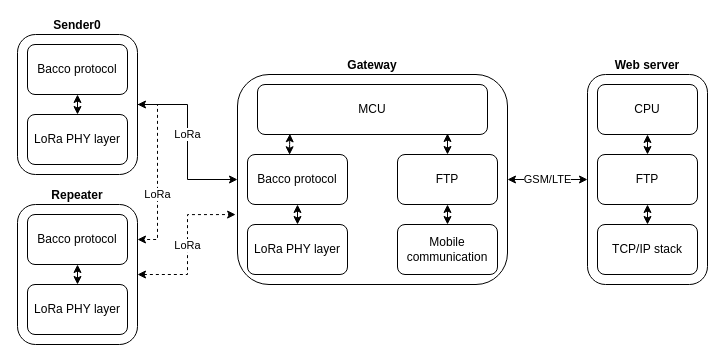
This is uml/network_stack.drawio from giulpig/tesi, a draw.io file, before an edit. Source tidied: cells renumbered, new cells numbered last; positions are measured from the earlier drawing's top-left corner, leaving out a move shared by most shapes. Both pictures are drawn from the tidied source at 100%, with x=0, y=0 at pixel (17, 34).
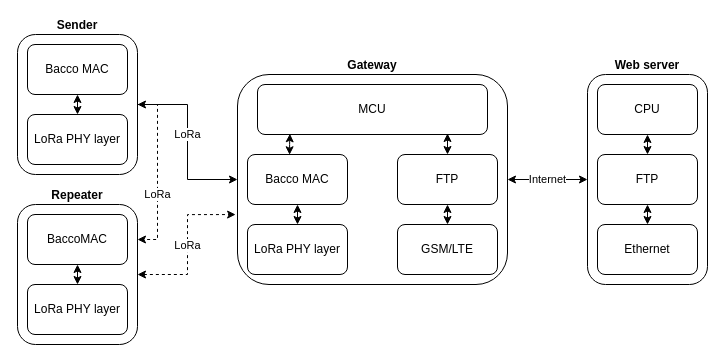
After the change.

The change refers to these unchanged cells:
```xml
<mxCell id="6" value="&lt;div&gt;Gateway&lt;/div&gt;" style="rounded=1;whiteSpace=wrap;html=1;fontStyle=1;labelPosition=center;verticalLabelPosition=top;align=center;verticalAlign=bottom;textDirection=ltr;" parent="1" vertex="1">
  <mxGeometry x="220" y="40" width="270" height="210" as="geometry" />
</mxCell>
<mxCell id="18" value="&lt;div&gt;Web server&lt;/div&gt;" style="rounded=1;whiteSpace=wrap;html=1;fontStyle=1;labelPosition=center;verticalLabelPosition=top;align=center;verticalAlign=bottom;" parent="1" vertex="1">
  <mxGeometry x="570" y="40" width="120" height="210" as="geometry" />
</mxCell>
```

The edit, as a diff of the source:
```diff
@@
-    <mxCell id="5" value="&lt;div&gt;GSM/LTE&lt;/div&gt;" style="edgeStyle=orthogonalEdgeStyle;rounded=0;jettySize=auto;html=1;exitX=1;exitY=0.5;exitDx=0;exitDy=0;entryX=0;entryY=0.5;entryDx=0;entryDy=0;startArrow=classic;startFill=1;" parent="1" edge="1" source="6" target="18">
+    <mxCell id="5" value="&lt;div&gt;Internet&lt;/div&gt;" style="edgeStyle=orthogonalEdgeStyle;rounded=0;jettySize=auto;html=1;exitX=1;exitY=0.5;exitDx=0;exitDy=0;entryX=0;entryY=0.5;entryDx=0;entryDy=0;startArrow=classic;startFill=1;" parent="1" edge="1" source="6" target="18">
       <mxGeometry relative="1" as="geometry" />
     </mxCell>
@@
-    <mxCell id="7" value="&lt;div&gt;Mobile communication&lt;/div&gt;" style="rounded=1;whiteSpace=wrap;html=1;" parent="1" vertex="1">
+    <mxCell id="7" value="GSM/LTE" style="rounded=1;whiteSpace=wrap;html=1;" parent="1" vertex="1">
       <mxGeometry x="380" y="190" width="100" height="50" as="geometry" />
     </mxCell>
@@
-    <mxCell id="13" value="&lt;div&gt;Bacco protocol&lt;/div&gt;" style="rounded=1;whiteSpace=wrap;html=1;" parent="1" vertex="1">
+    <mxCell id="13" value="&lt;div&gt;BaccoMAC&lt;/div&gt;" style="rounded=1;whiteSpace=wrap;html=1;" parent="1" vertex="1">
       <mxGeometry x="10" y="180" width="100" height="50" as="geometry" />
     </mxCell>
@@
-    <mxCell id="16" value="Bacco protocol" style="rounded=1;whiteSpace=wrap;html=1;" parent="1" vertex="1">
+    <mxCell id="16" value="Bacco MAC" style="rounded=1;whiteSpace=wrap;html=1;" parent="1" vertex="1">
       <mxGeometry x="230" y="120" width="100" height="50" as="geometry" />
     </mxCell>
@@
-    <mxCell id="21" value="Sender0" style="rounded=1;whiteSpace=wrap;html=1;labelPosition=center;verticalLabelPosition=top;align=center;verticalAlign=bottom;horizontal=1;fontStyle=1;labelBorderColor=none;labelBackgroundColor=none;" parent="1" vertex="1">
+    <mxCell id="21" value="&lt;div&gt;Sender&lt;/div&gt;" style="rounded=1;whiteSpace=wrap;html=1;labelPosition=center;verticalLabelPosition=top;align=center;verticalAlign=bottom;horizontal=1;fontStyle=1;labelBorderColor=none;labelBackgroundColor=none;" parent="1" vertex="1">
       <mxGeometry width="120" height="140" as="geometry" />
     </mxCell>
@@
-    <mxCell id="24" value="&lt;div&gt;Bacco protocol&lt;/div&gt;" style="rounded=1;whiteSpace=wrap;html=1;" parent="1" vertex="1">
+    <mxCell id="24" value="&lt;div&gt;Bacco MAC&lt;/div&gt;" style="rounded=1;whiteSpace=wrap;html=1;" parent="1" vertex="1">
       <mxGeometry x="10" y="10" width="100" height="50" as="geometry" />
     </mxCell>
@@
-    <mxCell id="29" value="&lt;div&gt;TCP/IP stack&lt;/div&gt;" style="rounded=1;whiteSpace=wrap;html=1;" parent="1" vertex="1">
+    <mxCell id="29" value="&lt;div&gt;Ethernet&lt;/div&gt;" style="rounded=1;whiteSpace=wrap;html=1;" parent="1" vertex="1">
       <mxGeometry x="580" y="190" width="100" height="50" as="geometry" />
     </mxCell>
```
